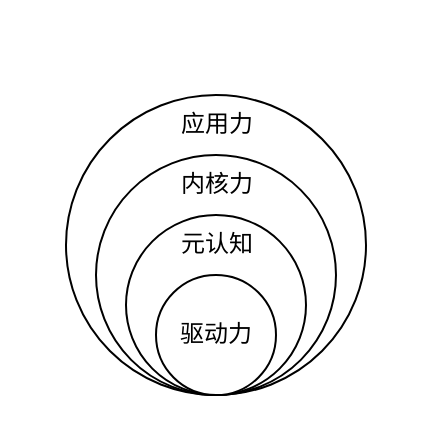
Above: 人生操作系统.drawio in 18boys/drawio (draw.io), before the change. Source tidied: cells renumbered, new cells numbered last; positions are measured from the earlier drawing's top-left corner, leaving out a move shared by most shapes. Both pictures are drawn from the tidied source at 200%, with x=0, y=0 at pixel (64, 94).
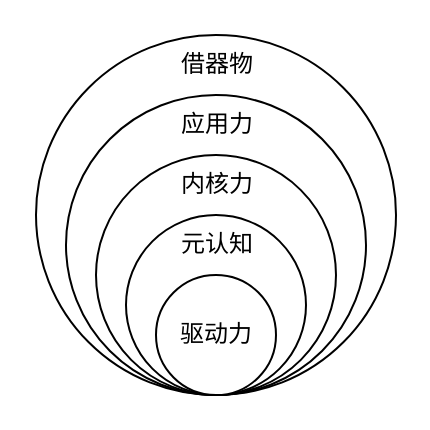
The same page after the edit.

Commit message (it also covers changes not shown here):
更新人生操作系统.drawio

The edit, as a diff of the source:
```diff
@@
 <mxGraphModel>
   <root>
     <mxCell id="0" />
     <mxCell id="1" parent="0" />
+    <mxCell id="9" style="ellipse;whiteSpace=wrap;html=1;" parent="1" vertex="1">
+      <mxGeometry x="-14.5" y="-30" width="180" height="180" as="geometry" />
+    </mxCell>
     <mxCell id="2" style="ellipse;whiteSpace=wrap;html=1;" parent="1" vertex="1">
       <mxGeometry x="0.5" width="150" height="150" as="geometry" />
     </mxCell>
     <mxCell id="3" style="ellipse;whiteSpace=wrap;html=1;" parent="1" vertex="1">
       <mxGeometry x="15.5" y="30" width="120" height="120" as="geometry" />
     </mxCell>
     <mxCell id="4" style="ellipse;whiteSpace=wrap;html=1;" parent="1" vertex="1">
       <mxGeometry x="30.5" y="60" width="90" height="90" as="geometry" />
     </mxCell>
     <mxCell id="5" value="驱动力" style="ellipse;whiteSpace=wrap;html=1;" parent="1" vertex="1">
       <mxGeometry x="45.5" y="90" width="60" height="60" as="geometry" />
     </mxCell>
     <mxCell id="6" value="元认知" style="text;html=1;align=center;verticalAlign=middle;strokeColor=none;fillColor=none;" parent="1" vertex="1">
       <mxGeometry x="45.5" y="60" width="60" height="30" as="geometry" />
     </mxCell>
     <mxCell id="7" value="内核力" style="text;html=1;align=center;verticalAlign=middle;strokeColor=none;fillColor=none;" parent="1" vertex="1">
       <mxGeometry x="45.5" y="30" width="60" height="30" as="geometry" />
     </mxCell>
     <mxCell id="8" value="应用力" style="text;html=1;align=center;verticalAlign=middle;strokeColor=none;fillColor=none;" parent="1" vertex="1">
       <mxGeometry x="45.5" width="60" height="30" as="geometry" />
     </mxCell>
+    <mxCell id="10" value="借器物" style="text;html=1;align=center;verticalAlign=middle;strokeColor=none;fillColor=none;" parent="1" vertex="1">
+      <mxGeometry x="45.5" y="-30" width="60" height="30" as="geometry" />
+    </mxCell>
   </root>
 </mxGraphModel>
```
